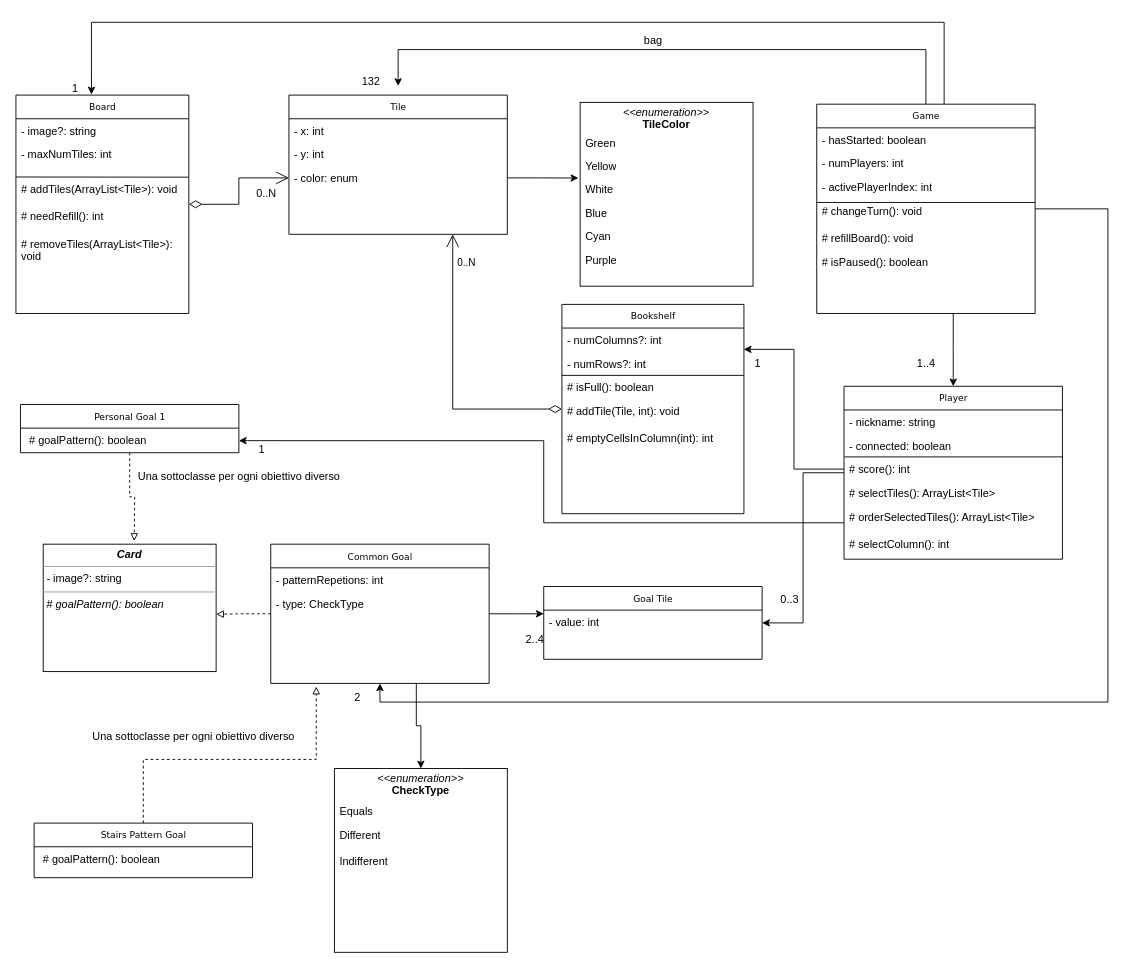
Above: UML Diagram.drawio in zizzeroni/ing-sw-2023-rovelli-pessina-riccardi-tosetti (draw.io), before the change. Source tidied: cells renumbered, new cells numbered last; positions are measured from the earlier drawing's top-left corner, leaving out a move shared by most shapes. Both pictures are drawn from the tidied source at 91%, with x=0, y=0 at pixel (15, 22).
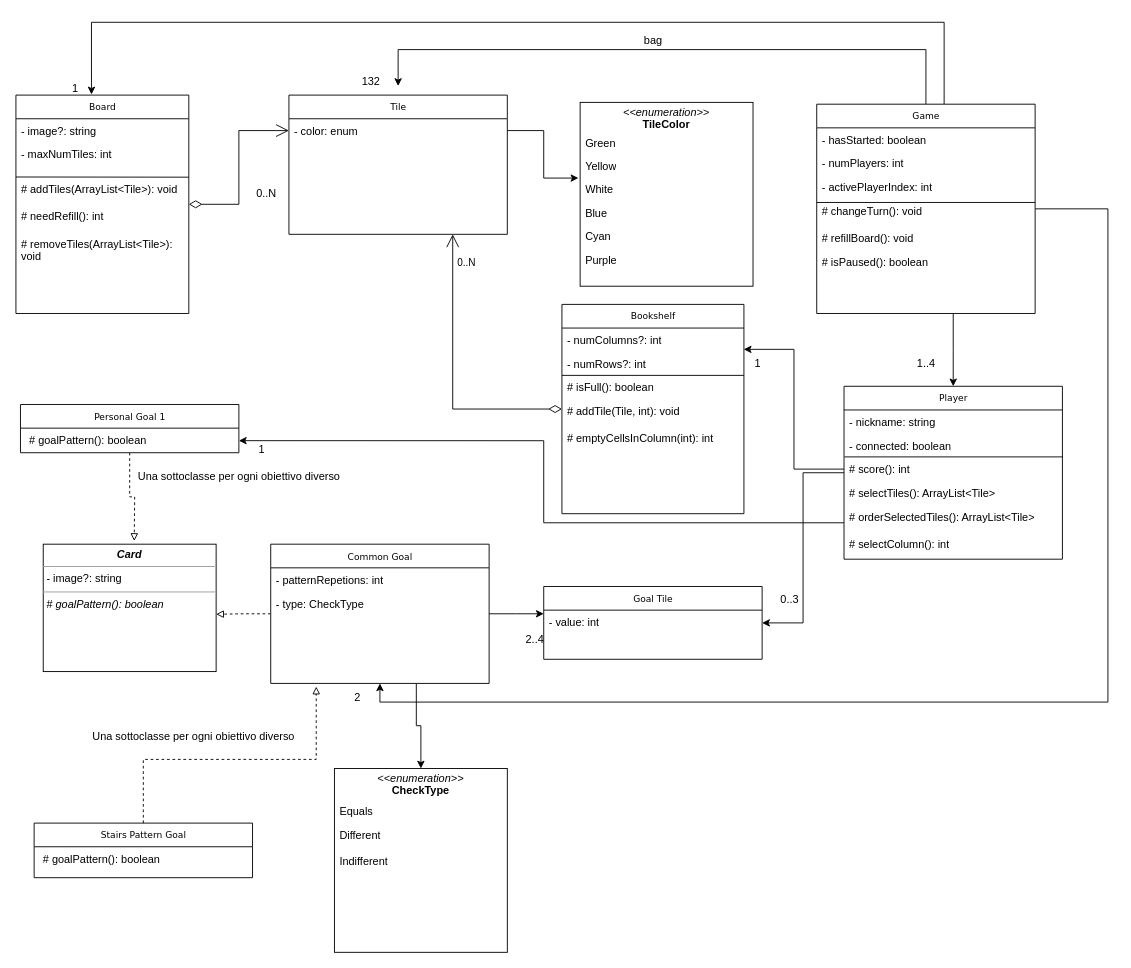
Above is the later version.

Commit message:
Tolte coordinate x e y dalla tile

The change refers to these unchanged cells:
```xml
<mxCell id="10" value="Tile" style="swimlane;html=1;fontStyle=0;horizontal=1;startSize=26;fillColor=none;swimlaneFillColor=#ffffff;rounded=0;shadow=0;comic=0;labelBackgroundColor=none;strokeWidth=1;fontFamily=Verdana;fontSize=10;align=center;" parent="1" vertex="1">
  <mxGeometry x="300" y="80" width="240" height="153" as="geometry" />
</mxCell>
```

What changed in the source:
```diff
@@
-    <mxCell id="11" value="- x: int" style="text;html=1;strokeColor=none;fillColor=none;align=left;verticalAlign=top;spacingLeft=4;spacingRight=4;whiteSpace=wrap;overflow=hidden;" parent="10" vertex="1">
-      <mxGeometry y="26" width="240" height="26" as="geometry" />
-    </mxCell>
-    <mxCell id="12" value="- y: int" style="text;html=1;strokeColor=none;fillColor=none;align=left;verticalAlign=top;spacingLeft=4;spacingRight=4;whiteSpace=wrap;overflow=hidden;" parent="10" vertex="1">
-      <mxGeometry y="52" width="240" height="26" as="geometry" />
-    </mxCell>
     <mxCell id="13" value="- color: enum" style="text;html=1;strokeColor=none;fillColor=none;align=left;verticalAlign=top;spacingLeft=4;spacingRight=4;whiteSpace=wrap;overflow=hidden;points=[[0,0.5],[1,0.5]];portConstraint=eastwest;" parent="10" vertex="1">
-      <mxGeometry y="78" width="240" height="26" as="geometry" />
+      <mxGeometry y="26" width="240" height="26" as="geometry" />
     </mxCell>
```
